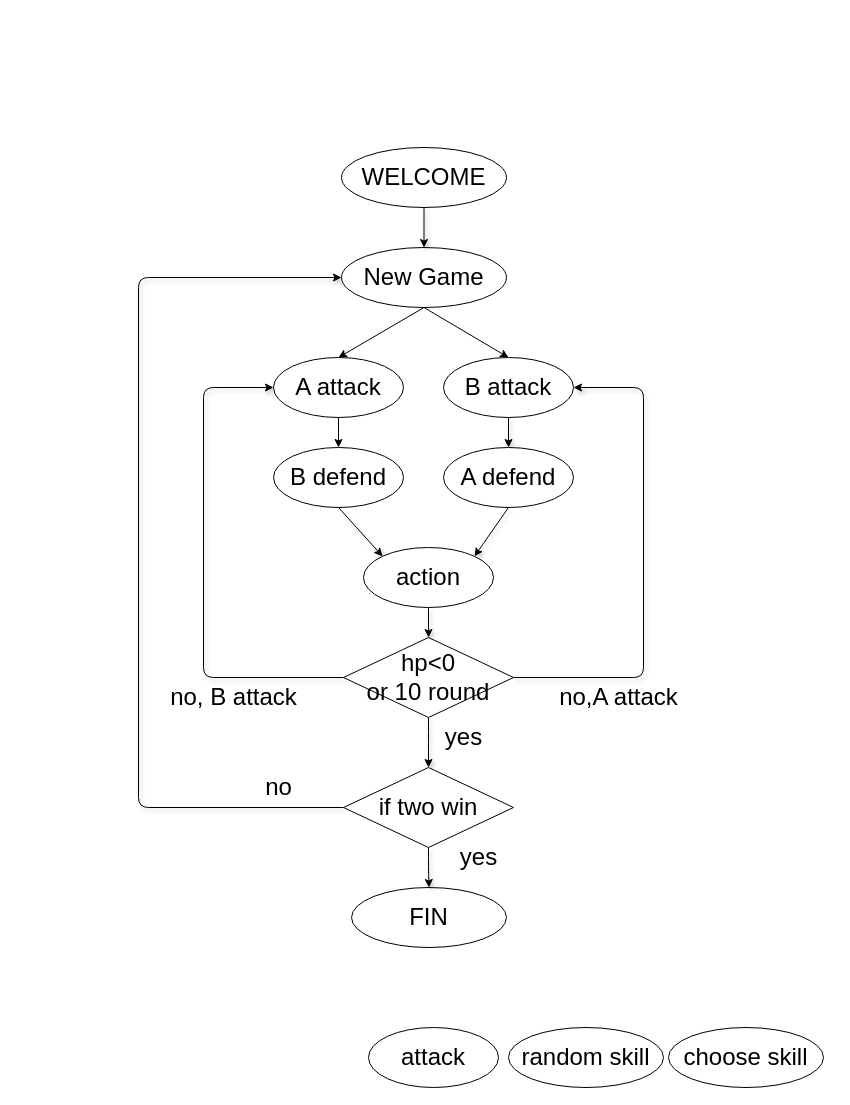
Above: FSM.drawio in wj461/MFRPG (draw.io), before the change. Source tidied: cells renumbered, new cells numbered last; positions are measured from the earlier drawing's top-left corner, leaving out a move shared by most shapes. Both pictures are drawn from the tidied source at 100%, with x=0, y=0 at pixel (138, 147).
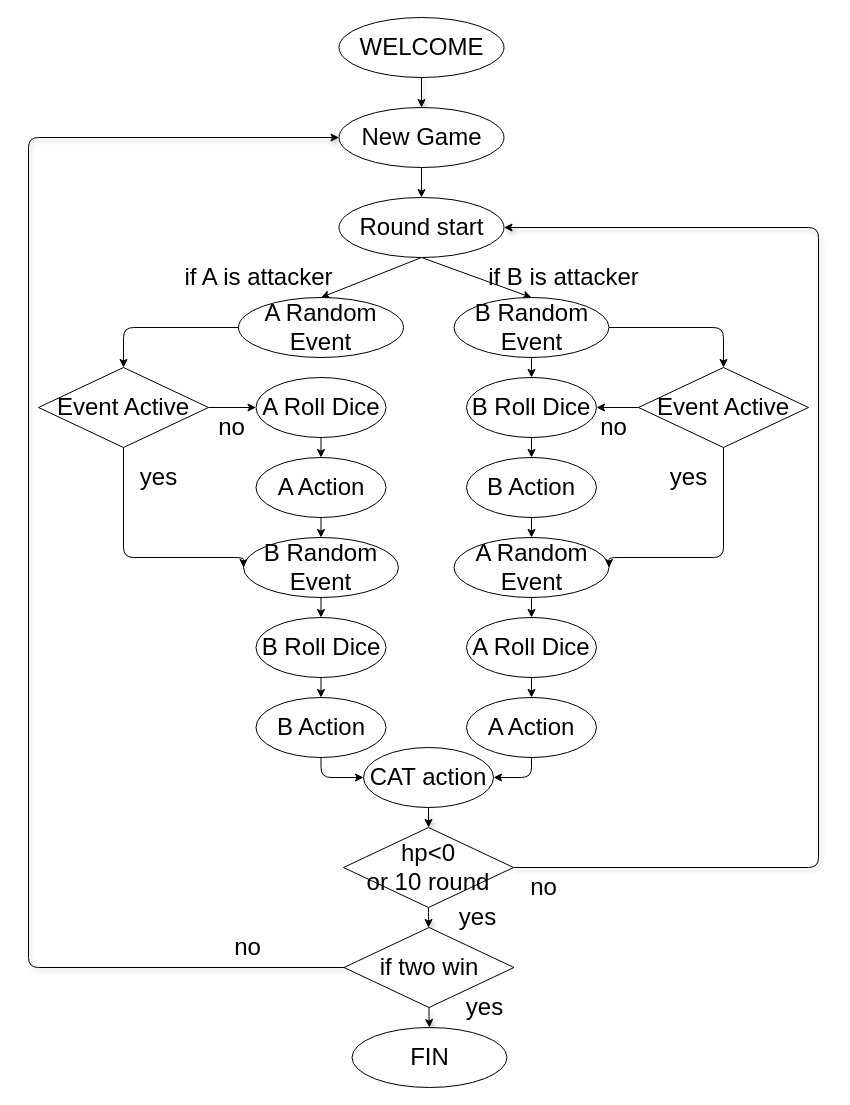
The same page after the edit.

The edit, as a diff of the source:
```diff
@@
-    <mxCell id="2" style="edgeStyle=none;html=1;exitX=0.5;exitY=1;exitDx=0;exitDy=0;entryX=0.5;entryY=0;entryDx=0;entryDy=0;fontSize=24;" parent="1" edge="1" source="4" target="6">
+    <mxCell id="2" style="edgeStyle=none;html=1;entryX=0.5;entryY=0;entryDx=0;entryDy=0;fontSize=24;exitX=0.5;exitY=1;exitDx=0;exitDy=0;" parent="1" edge="1" source="37" target="6">
       <mxGeometry relative="1" as="geometry" />
     </mxCell>
-    <mxCell id="3" style="edgeStyle=none;html=1;exitX=0.5;exitY=1;exitDx=0;exitDy=0;entryX=0.5;entryY=0;entryDx=0;entryDy=0;fontSize=24;" parent="1" edge="1" source="4" target="8">
+    <mxCell id="3" style="edgeStyle=none;html=1;entryX=0.5;entryY=0;entryDx=0;entryDy=0;fontSize=24;exitX=0.5;exitY=1;exitDx=0;exitDy=0;" parent="1" edge="1" source="37" target="8">
       <mxGeometry relative="1" as="geometry" />
     </mxCell>
+    <mxCell id="33" style="edgeStyle=none;html=1;exitX=0.5;exitY=1;exitDx=0;exitDy=0;" parent="1" edge="1" source="4" target="37">
+      <mxGeometry relative="1" as="geometry" />
+    </mxCell>
     <mxCell id="4" value="&lt;font style=&quot;font-size: 24px;&quot;&gt;New Game&lt;/font&gt;" style="ellipse;whiteSpace=wrap;html=1;" parent="1" vertex="1">
-      <mxGeometry x="203" y="100" width="165" height="60" as="geometry" />
+      <mxGeometry x="200.5" y="-40" width="165" height="60" as="geometry" />
     </mxCell>
-    <mxCell id="5" style="edgeStyle=none;html=1;exitX=0.5;exitY=1;exitDx=0;exitDy=0;entryX=0.5;entryY=0;entryDx=0;entryDy=0;fontSize=24;" parent="1" edge="1" source="6" target="10">
-      <mxGeometry relative="1" as="geometry" />
-    </mxCell>
+    <mxCell id="34" style="edgeStyle=orthogonalEdgeStyle;html=1;entryX=0.5;entryY=0;entryDx=0;entryDy=0;" parent="1" edge="1" source="6" target="59">
+      <mxGeometry relative="1" as="geometry" />
+    </mxCell>
-    <mxCell id="6" value="&lt;font style=&quot;font-size: 24px;&quot;&gt;A attack&lt;/font&gt;" style="ellipse;whiteSpace=wrap;html=1;" parent="1" vertex="1">
-      <mxGeometry x="135" y="210" width="130" height="60" as="geometry" />
+    <mxCell id="6" value="&lt;font style=&quot;font-size: 24px;&quot;&gt;A Random Event&lt;/font&gt;" style="ellipse;whiteSpace=wrap;html=1;" parent="1" vertex="1">
+      <mxGeometry x="100" y="150" width="165" height="60" as="geometry" />
     </mxCell>
-    <mxCell id="7" style="edgeStyle=none;html=1;exitX=0.5;exitY=1;exitDx=0;exitDy=0;entryX=0.5;entryY=0;entryDx=0;entryDy=0;fontSize=24;shadow=1;" parent="1" edge="1" source="8" target="12">
-      <mxGeometry relative="1" as="geometry" />
-    </mxCell>
+    <mxCell id="35" style="edgeStyle=none;html=1;entryX=0.5;entryY=0;entryDx=0;entryDy=0;" parent="1" edge="1" source="8" target="50">
+      <mxGeometry relative="1" as="geometry" />
+    </mxCell>
+    <mxCell id="36" style="edgeStyle=orthogonalEdgeStyle;html=1;exitX=1;exitY=0.5;exitDx=0;exitDy=0;entryX=0.5;entryY=0;entryDx=0;entryDy=0;" parent="1" edge="1" source="8" target="64">
+      <mxGeometry relative="1" as="geometry" />
+    </mxCell>
-    <mxCell id="8" value="&lt;font style=&quot;font-size: 24px;&quot;&gt;B attack&lt;/font&gt;" style="ellipse;whiteSpace=wrap;html=1;" parent="1" vertex="1">
-      <mxGeometry x="305" y="210" width="130" height="60" as="geometry" />
+    <mxCell id="8" value="&lt;font style=&quot;font-size: 24px;&quot;&gt;B Random Event&lt;/font&gt;" style="ellipse;whiteSpace=wrap;html=1;" parent="1" vertex="1">
+      <mxGeometry x="315.5" y="150" width="155" height="60" as="geometry" />
     </mxCell>
-    <mxCell id="9" style="html=1;exitX=0.5;exitY=1;exitDx=0;exitDy=0;shadow=1;fontSize=24;entryX=0;entryY=0;entryDx=0;entryDy=0;" parent="1" edge="1" source="10" target="30">
+    <mxCell id="9" style="edgeStyle=orthogonalEdgeStyle;html=1;entryX=0;entryY=0.5;entryDx=0;entryDy=0;" parent="1" edge="1" source="10" target="30">
       <mxGeometry relative="1" as="geometry" />
     </mxCell>
-    <mxCell id="10" value="&lt;font style=&quot;font-size: 24px;&quot;&gt;B defend&lt;/font&gt;" style="ellipse;whiteSpace=wrap;html=1;" parent="1" vertex="1">
-      <mxGeometry x="135" y="300" width="130" height="60" as="geometry" />
+    <mxCell id="10" value="&lt;font style=&quot;font-size: 24px;&quot;&gt;B Action&lt;/font&gt;" style="ellipse;whiteSpace=wrap;html=1;" parent="1" vertex="1">
+      <mxGeometry x="117.5" y="550" width="130" height="60" as="geometry" />
     </mxCell>
-    <mxCell id="11" style="edgeStyle=none;html=1;exitX=0.5;exitY=1;exitDx=0;exitDy=0;shadow=1;fontSize=24;entryX=1;entryY=0;entryDx=0;entryDy=0;" parent="1" edge="1" source="12" target="30">
-      <mxGeometry relative="1" as="geometry" />
-    </mxCell>
-    <mxCell id="12" value="&lt;font style=&quot;font-size: 24px;&quot;&gt;A defend&lt;/font&gt;" style="ellipse;whiteSpace=wrap;html=1;" parent="1" vertex="1">
-      <mxGeometry x="305" y="300" width="130" height="60" as="geometry" />
-    </mxCell>
-    <mxCell id="13" style="edgeStyle=orthogonalEdgeStyle;html=1;exitX=0;exitY=0.5;exitDx=0;exitDy=0;entryX=0;entryY=0.5;entryDx=0;entryDy=0;shadow=1;fontSize=24;" parent="1" edge="1" source="16" target="6">
-      <mxGeometry relative="1" as="geometry">
-        <Array as="points">
-          <mxPoint x="65" y="530" />
-          <mxPoint x="65" y="240" />
-        </Array>
-      </mxGeometry>
-    </mxCell>
-    <mxCell id="14" style="edgeStyle=orthogonalEdgeStyle;html=1;exitX=1;exitY=0.5;exitDx=0;exitDy=0;entryX=1;entryY=0.5;entryDx=0;entryDy=0;shadow=1;fontSize=24;" parent="1" edge="1" source="16" target="8">
+    <mxCell id="14" style="edgeStyle=orthogonalEdgeStyle;html=1;exitX=1;exitY=0.5;exitDx=0;exitDy=0;entryX=1;entryY=0.5;entryDx=0;entryDy=0;shadow=1;fontSize=24;" parent="1" edge="1" source="16" target="37">
       <mxGeometry relative="1" as="geometry">
         <Array as="points">
-          <mxPoint x="505" y="530" />
-          <mxPoint x="505" y="240" />
+          <mxPoint x="680" y="720" />
+          <mxPoint x="680" y="80" />
         </Array>
       </mxGeometry>
     </mxCell>
     <mxCell id="15" style="edgeStyle=orthogonalEdgeStyle;html=1;exitX=0.5;exitY=1;exitDx=0;exitDy=0;entryX=0.5;entryY=0;entryDx=0;entryDy=0;shadow=1;fontSize=24;" parent="1" edge="1" source="16">
       <mxGeometry relative="1" as="geometry">
-        <mxPoint x="290" y="620" as="targetPoint" />
+        <mxPoint x="290" y="780" as="targetPoint" />
       </mxGeometry>
     </mxCell>
     <mxCell id="16" value="hp&amp;lt;0&lt;br&gt;or 10 round" style="rhombus;whiteSpace=wrap;html=1;fontSize=24;" parent="1" vertex="1">
-      <mxGeometry x="205" y="490" width="170" height="80" as="geometry" />
+      <mxGeometry x="205" y="680" width="170" height="80" as="geometry" />
     </mxCell>
     <mxCell id="17" style="edgeStyle=orthogonalEdgeStyle;html=1;entryX=0;entryY=0.5;entryDx=0;entryDy=0;shadow=1;fontSize=24;exitX=0;exitY=0.5;exitDx=0;exitDy=0;" parent="1" edge="1" source="28" target="4">
       <mxGeometry relative="1" as="geometry">
         <Array as="points">
-          <mxPoint y="660" />
-          <mxPoint y="130" />
+          <mxPoint x="-110" y="820" />
+          <mxPoint x="-110" y="-10" />
         </Array>
       </mxGeometry>
     </mxCell>
     <mxCell id="18" value="yes" style="text;html=1;align=center;verticalAlign=middle;strokeColor=none;fillColor=none;fontSize=24;" parent="1" vertex="1">
-      <mxGeometry x="295" y="570" width="60" height="40" as="geometry" />
+      <mxGeometry x="308.5" y="750" width="60" height="40" as="geometry" />
     </mxCell>
-    <mxCell id="19" value="no, B attack" style="text;html=1;align=center;verticalAlign=middle;strokeColor=none;fillColor=none;fontSize=24;" parent="1" vertex="1">
-      <mxGeometry x="20" y="530" width="150" height="40" as="geometry" />
+    <mxCell id="19" value="if A is attacker" style="text;html=1;align=center;verticalAlign=middle;strokeColor=none;fillColor=none;fontSize=24;" parent="1" vertex="1">
+      <mxGeometry x="35" y="110" width="170" height="40" as="geometry" />
     </mxCell>
-    <mxCell id="20" value="no,A attack" style="text;html=1;align=center;verticalAlign=middle;strokeColor=none;fillColor=none;fontSize=24;" parent="1" vertex="1">
-      <mxGeometry x="410" y="530" width="140" height="40" as="geometry" />
+    <mxCell id="20" value="no" style="text;html=1;align=center;verticalAlign=middle;strokeColor=none;fillColor=none;fontSize=24;" parent="1" vertex="1">
+      <mxGeometry x="380" y="720" width="50" height="40" as="geometry" />
     </mxCell>
-    <mxCell id="21" value="&lt;font style=&quot;font-size: 24px;&quot;&gt;attack&lt;/font&gt;" style="ellipse;whiteSpace=wrap;html=1;" parent="1" vertex="1">
-      <mxGeometry x="230" y="880" width="130" height="60" as="geometry" />
-    </mxCell>
-    <mxCell id="22" value="&lt;span style=&quot;font-size: 24px;&quot;&gt;choose skill&lt;/span&gt;" style="ellipse;whiteSpace=wrap;html=1;" parent="1" vertex="1">
-      <mxGeometry x="530" y="880" width="155" height="60" as="geometry" />
-    </mxCell>
-    <mxCell id="23" value="&lt;span style=&quot;font-size: 24px;&quot;&gt;random skill&lt;/span&gt;" style="ellipse;whiteSpace=wrap;html=1;" parent="1" vertex="1">
-      <mxGeometry x="370" y="880" width="155" height="60" as="geometry" />
-    </mxCell>
@@
     <mxCell id="25" value="&lt;font style=&quot;font-size: 24px;&quot;&gt;WELCOME&lt;/font&gt;" style="ellipse;whiteSpace=wrap;html=1;" parent="1" vertex="1">
-      <mxGeometry x="203" width="165" height="60" as="geometry" />
+      <mxGeometry x="200.5" y="-130" width="165" height="60" as="geometry" />
     </mxCell>
     <mxCell id="26" value="&lt;font style=&quot;font-size: 24px;&quot;&gt;FIN&lt;br&gt;&lt;/font&gt;" style="ellipse;whiteSpace=wrap;html=1;" parent="1" vertex="1">
-      <mxGeometry x="213" y="740" width="155" height="60" as="geometry" />
+      <mxGeometry x="213.5" y="880" width="155" height="60" as="geometry" />
     </mxCell>
@@
     <mxCell id="28" value="if two win" style="rhombus;whiteSpace=wrap;html=1;fontSize=24;" parent="1" vertex="1">
-      <mxGeometry x="205" y="620" width="170" height="80" as="geometry" />
+      <mxGeometry x="205.5" y="780" width="170" height="80" as="geometry" />
     </mxCell>
-    <mxCell id="29" style="edgeStyle=orthogonalEdgeStyle;html=1;shadow=1;fontSize=24;" parent="1" edge="1" source="30" target="16">
+    <mxCell id="29" style="edgeStyle=orthogonalEdgeStyle;html=1;shadow=1;fontSize=24;startArrow=none;" parent="1" edge="1" source="30" target="16">
       <mxGeometry relative="1" as="geometry" />
     </mxCell>
-    <mxCell id="30" value="action" style="ellipse;whiteSpace=wrap;html=1;fontSize=24;" parent="1" vertex="1">
-      <mxGeometry x="225" y="400" width="130" height="60" as="geometry" />
-    </mxCell>
     <mxCell id="31" value="yes" style="text;html=1;align=center;verticalAlign=middle;strokeColor=none;fillColor=none;fontSize=24;" parent="1" vertex="1">
-      <mxGeometry x="310" y="690" width="60" height="40" as="geometry" />
+      <mxGeometry x="315.5" y="840" width="60" height="40" as="geometry" />
     </mxCell>
     <mxCell id="32" value="no" style="text;html=1;align=center;verticalAlign=middle;strokeColor=none;fillColor=none;fontSize=24;" parent="1" vertex="1">
-      <mxGeometry x="115" y="620" width="50" height="40" as="geometry" />
+      <mxGeometry x="83.5" y="780" width="50" height="40" as="geometry" />
     </mxCell>
+    <mxCell id="37" value="&lt;span style=&quot;font-size: 24px;&quot;&gt;Round start&lt;/span&gt;" style="ellipse;whiteSpace=wrap;html=1;" parent="1" vertex="1">
+      <mxGeometry x="200.5" y="50" width="165" height="60" as="geometry" />
+    </mxCell>
+    <mxCell id="38" value="if B is attacker" style="text;html=1;align=center;verticalAlign=middle;strokeColor=none;fillColor=none;fontSize=24;" parent="1" vertex="1">
+      <mxGeometry x="340" y="110" width="170" height="40" as="geometry" />
+    </mxCell>
+    <mxCell id="39" style="edgeStyle=none;html=1;exitX=0.5;exitY=1;exitDx=0;exitDy=0;entryX=0.5;entryY=0;entryDx=0;entryDy=0;" parent="1" edge="1" source="40" target="42">
+      <mxGeometry relative="1" as="geometry" />
+    </mxCell>
+    <mxCell id="40" value="&lt;font style=&quot;font-size: 24px;&quot;&gt;A Roll Dice&lt;/font&gt;" style="ellipse;whiteSpace=wrap;html=1;" parent="1" vertex="1">
+      <mxGeometry x="117.5" y="230" width="130" height="60" as="geometry" />
+    </mxCell>
+    <mxCell id="41" style="edgeStyle=none;html=1;entryX=0.5;entryY=0;entryDx=0;entryDy=0;" parent="1" edge="1" source="42" target="44">
+      <mxGeometry relative="1" as="geometry" />
+    </mxCell>
+    <mxCell id="42" value="&lt;font style=&quot;font-size: 24px;&quot;&gt;A Action&lt;/font&gt;" style="ellipse;whiteSpace=wrap;html=1;" parent="1" vertex="1">
+      <mxGeometry x="117.5" y="310" width="130" height="60" as="geometry" />
+    </mxCell>
+    <mxCell id="43" style="edgeStyle=none;html=1;" parent="1" edge="1" source="44" target="46">
+      <mxGeometry relative="1" as="geometry" />
+    </mxCell>
+    <mxCell id="44" value="&lt;font style=&quot;font-size: 24px;&quot;&gt;B Random Event&lt;/font&gt;" style="ellipse;whiteSpace=wrap;html=1;" parent="1" vertex="1">
+      <mxGeometry x="105" y="390" width="155" height="60" as="geometry" />
+    </mxCell>
+    <mxCell id="30" value="CAT action" style="ellipse;whiteSpace=wrap;html=1;fontSize=24;" parent="1" vertex="1">
+      <mxGeometry x="225" y="600" width="130" height="60" as="geometry" />
+    </mxCell>
+    <mxCell id="45" style="edgeStyle=none;html=1;entryX=0.5;entryY=0;entryDx=0;entryDy=0;" parent="1" edge="1" source="46" target="10">
+      <mxGeometry relative="1" as="geometry" />
+    </mxCell>
+    <mxCell id="46" value="&lt;font style=&quot;font-size: 24px;&quot;&gt;B Roll Dice&lt;/font&gt;" style="ellipse;whiteSpace=wrap;html=1;" parent="1" vertex="1">
+      <mxGeometry x="117.5" y="470" width="130" height="60" as="geometry" />
+    </mxCell>
+    <mxCell id="47" style="edgeStyle=orthogonalEdgeStyle;html=1;entryX=1;entryY=0.5;entryDx=0;entryDy=0;" parent="1" edge="1" source="48" target="30">
+      <mxGeometry relative="1" as="geometry" />
+    </mxCell>
+    <mxCell id="48" value="&lt;font style=&quot;font-size: 24px;&quot;&gt;A Action&lt;/font&gt;" style="ellipse;whiteSpace=wrap;html=1;" parent="1" vertex="1">
+      <mxGeometry x="328" y="550" width="130" height="60" as="geometry" />
+    </mxCell>
+    <mxCell id="49" style="edgeStyle=none;html=1;exitX=0.5;exitY=1;exitDx=0;exitDy=0;entryX=0.5;entryY=0;entryDx=0;entryDy=0;" parent="1" edge="1" source="50" target="52">
+      <mxGeometry relative="1" as="geometry" />
+    </mxCell>
+    <mxCell id="50" value="&lt;font style=&quot;font-size: 24px;&quot;&gt;B Roll Dice&lt;/font&gt;" style="ellipse;whiteSpace=wrap;html=1;" parent="1" vertex="1">
+      <mxGeometry x="328" y="230" width="130" height="60" as="geometry" />
+    </mxCell>
+    <mxCell id="51" style="edgeStyle=orthogonalEdgeStyle;html=1;entryX=0.5;entryY=0;entryDx=0;entryDy=0;" parent="1" edge="1" source="52" target="56">
+      <mxGeometry relative="1" as="geometry" />
+    </mxCell>
+    <mxCell id="52" value="&lt;font style=&quot;font-size: 24px;&quot;&gt;B Action&lt;/font&gt;" style="ellipse;whiteSpace=wrap;html=1;" parent="1" vertex="1">
+      <mxGeometry x="328" y="310" width="130" height="60" as="geometry" />
+    </mxCell>
+    <mxCell id="53" style="edgeStyle=none;html=1;entryX=0.5;entryY=0;entryDx=0;entryDy=0;" parent="1" edge="1" source="54" target="48">
+      <mxGeometry relative="1" as="geometry" />
+    </mxCell>
+    <mxCell id="54" value="&lt;font style=&quot;font-size: 24px;&quot;&gt;A Roll Dice&lt;/font&gt;" style="ellipse;whiteSpace=wrap;html=1;" parent="1" vertex="1">
+      <mxGeometry x="328" y="470" width="130" height="60" as="geometry" />
+    </mxCell>
+    <mxCell id="55" style="edgeStyle=orthogonalEdgeStyle;html=1;" parent="1" edge="1" source="56" target="54">
+      <mxGeometry relative="1" as="geometry" />
+    </mxCell>
+    <mxCell id="56" value="&lt;font style=&quot;font-size: 24px;&quot;&gt;A Random Event&lt;/font&gt;" style="ellipse;whiteSpace=wrap;html=1;" parent="1" vertex="1">
+      <mxGeometry x="315.5" y="390" width="155" height="60" as="geometry" />
+    </mxCell>
+    <mxCell id="57" style="edgeStyle=orthogonalEdgeStyle;html=1;entryX=0;entryY=0.5;entryDx=0;entryDy=0;" parent="1" edge="1" source="59" target="44">
+      <mxGeometry relative="1" as="geometry">
+        <Array as="points">
+          <mxPoint x="-15" y="410" />
+          <mxPoint x="105" y="410" />
+        </Array>
+      </mxGeometry>
+    </mxCell>
+    <mxCell id="58" style="edgeStyle=orthogonalEdgeStyle;html=1;entryX=0;entryY=0.5;entryDx=0;entryDy=0;" parent="1" edge="1" source="59" target="40">
+      <mxGeometry relative="1" as="geometry" />
+    </mxCell>
+    <mxCell id="59" value="Event Active" style="rhombus;whiteSpace=wrap;html=1;fontSize=24;" parent="1" vertex="1">
+      <mxGeometry x="-100" y="220" width="170" height="80" as="geometry" />
+    </mxCell>
+    <mxCell id="60" value="no" style="text;html=1;align=center;verticalAlign=middle;strokeColor=none;fillColor=none;fontSize=24;" parent="1" vertex="1">
+      <mxGeometry x="67.5" y="260" width="50" height="40" as="geometry" />
+    </mxCell>
+    <mxCell id="61" value="yes" style="text;html=1;align=center;verticalAlign=middle;strokeColor=none;fillColor=none;fontSize=24;" parent="1" vertex="1">
+      <mxGeometry x="-10" y="310" width="60" height="40" as="geometry" />
+    </mxCell>
+    <mxCell id="62" style="edgeStyle=orthogonalEdgeStyle;html=1;exitX=0;exitY=0.5;exitDx=0;exitDy=0;entryX=1;entryY=0.5;entryDx=0;entryDy=0;" parent="1" edge="1" source="64" target="50">
+      <mxGeometry relative="1" as="geometry" />
+    </mxCell>
+    <mxCell id="63" style="edgeStyle=orthogonalEdgeStyle;html=1;entryX=1;entryY=0.5;entryDx=0;entryDy=0;" parent="1" edge="1" source="64" target="56">
+      <mxGeometry relative="1" as="geometry">
+        <Array as="points">
+          <mxPoint x="585" y="410" />
+          <mxPoint x="470" y="410" />
+        </Array>
+      </mxGeometry>
+    </mxCell>
+    <mxCell id="64" value="Event Active" style="rhombus;whiteSpace=wrap;html=1;fontSize=24;" parent="1" vertex="1">
+      <mxGeometry x="500" y="220" width="170" height="80" as="geometry" />
+    </mxCell>
+    <mxCell id="65" value="yes" style="text;html=1;align=center;verticalAlign=middle;strokeColor=none;fillColor=none;fontSize=24;" parent="1" vertex="1">
+      <mxGeometry x="520" y="310" width="60" height="40" as="geometry" />
+    </mxCell>
+    <mxCell id="66" value="no" style="text;html=1;align=center;verticalAlign=middle;strokeColor=none;fillColor=none;fontSize=24;" parent="1" vertex="1">
+      <mxGeometry x="450" y="260" width="50" height="40" as="geometry" />
+    </mxCell>
```
